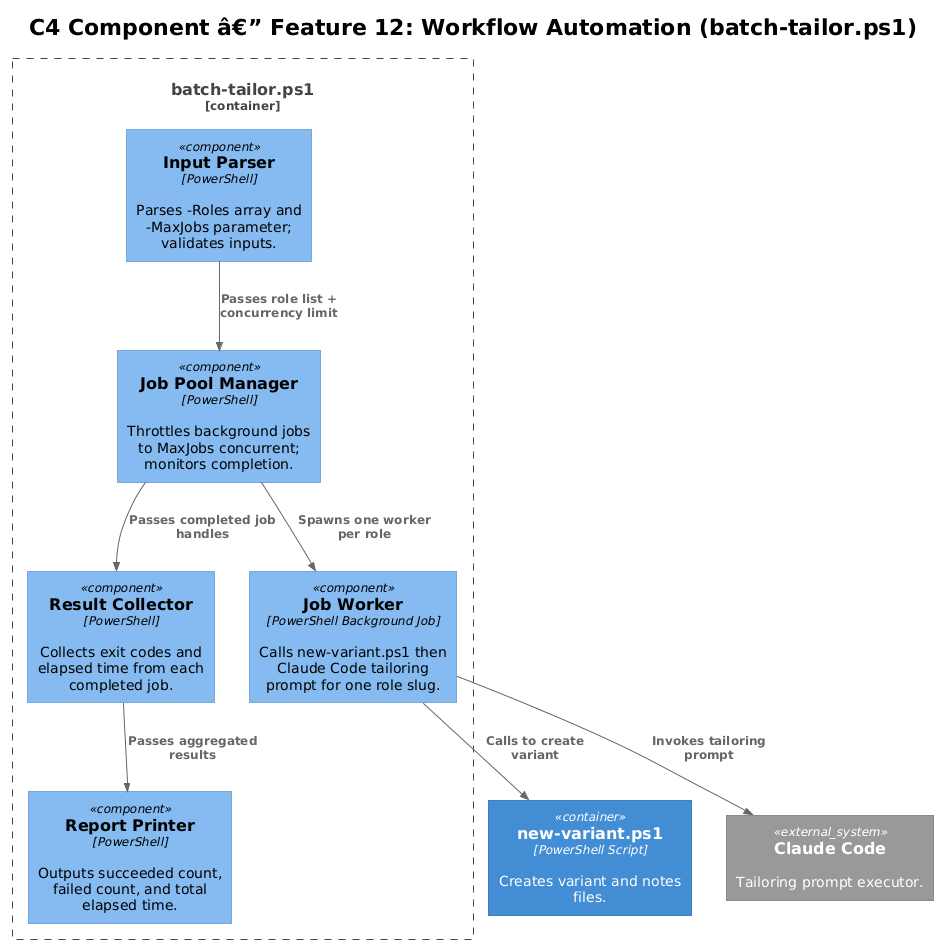
Earlier version of the PlantUML export docs/detailed-designs/12-workflow-automation/diagrams/c4_component.png (QuinntyneBrown/Orbit).
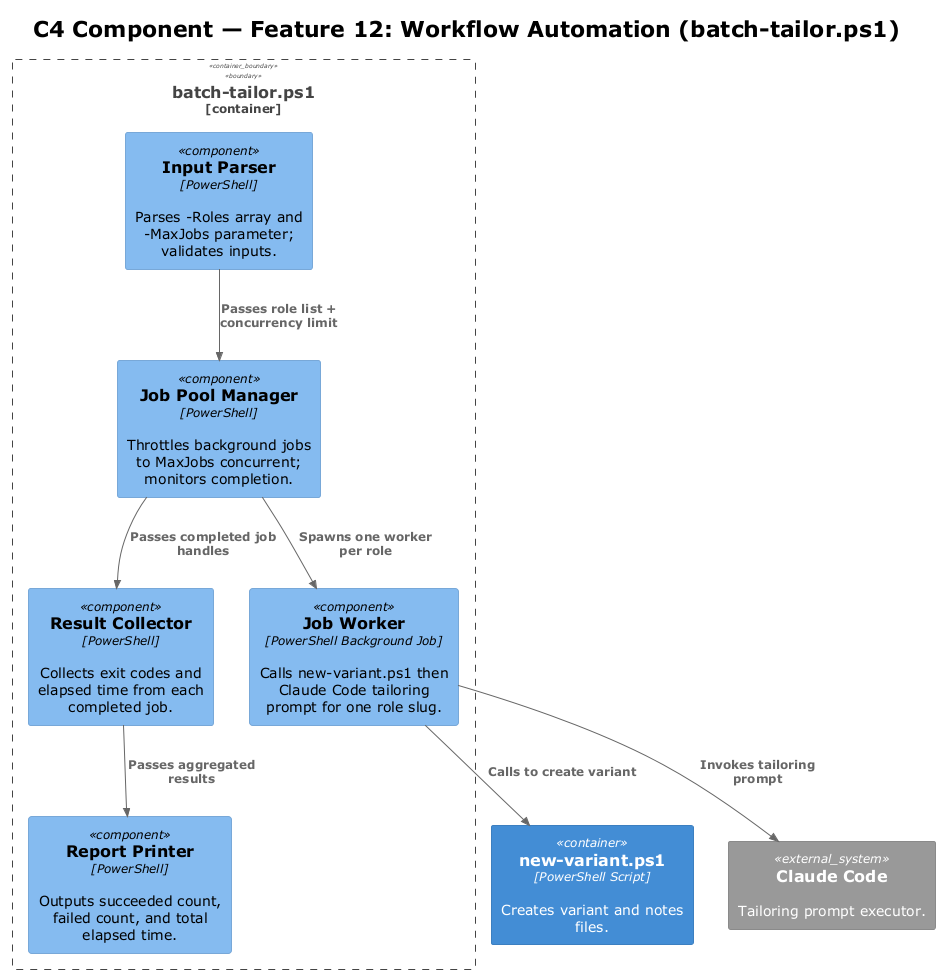
After the change.

What changed in the source:
```diff
@@ -1,8 +1,8 @@
-@startuml
+@startuml c4_component
 !theme plain
 !include <C4/C4_Component>
 
-title C4 Component â€” Feature 12: Workflow Automation (batch-tailor.ps1)
+title C4 Component — Feature 12: Workflow Automation (batch-tailor.ps1)
 
 Container_Boundary(batchTailor, "batch-tailor.ps1") {
     Component(inputParser, "Input Parser", "PowerShell", "Parses -Roles array and -MaxJobs parameter; validates inputs.")
@@ -21,4 +21,5 @@
 Rel(jobWorker, claudeCode, "Invokes tailoring prompt")
 Rel(jobPool, resultCollector, "Passes completed job handles")
 Rel(resultCollector, reportPrinter, "Passes aggregated results")
+
 @enduml
```
